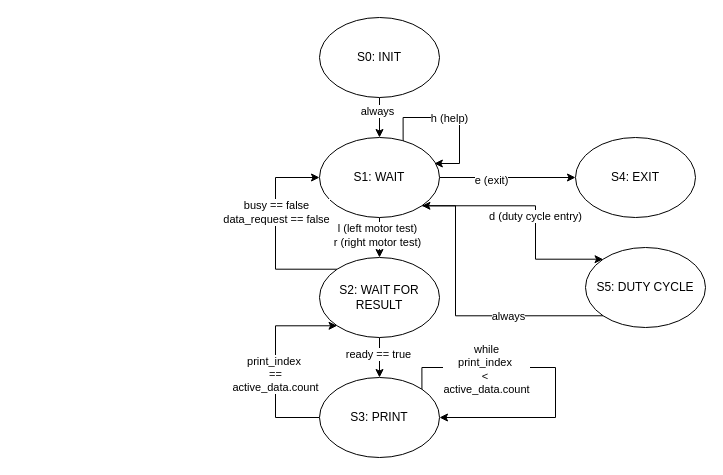
Above: LAB0x05/ME4305LAB0x05TUSTD.drawio in aVetrova04/ME4305 (draw.io), before the change. Source tidied: cells renumbered, new cells numbered last; positions are measured from the earlier drawing's top-left corner, leaving out a move shared by most shapes. Both pictures are drawn from the tidied source at 100%, with x=0, y=0 at pixel (275, 17).
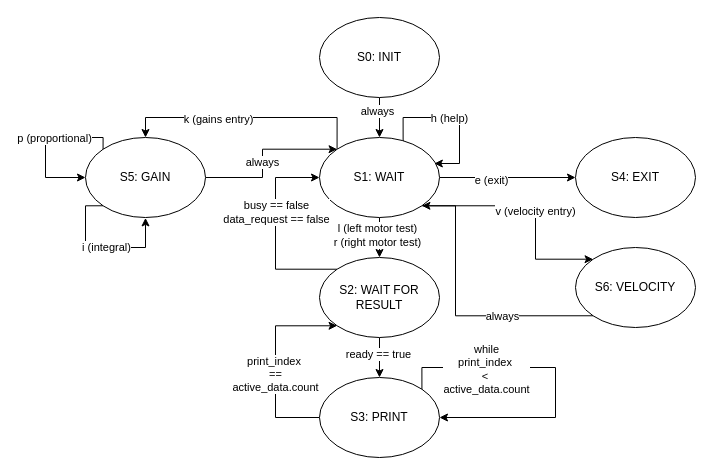
The same diagram, later.

Unchanged cells that the change refers to:
```xml
<mxCell id="10" style="edgeStyle=orthogonalEdgeStyle;rounded=0;jettySize=auto;html=1;exitX=1;exitY=1;exitDx=0;exitDy=0;entryX=0;entryY=0;entryDx=0;entryDy=0;" parent="1" edge="1" source="12" target="26">
  <mxGeometry relative="1" as="geometry">
    <Array as="points">
      <mxPoint x="260" y="188.3" />
      <mxPoint x="260" y="241.7" />
    </Array>
  </mxGeometry>
</mxCell>
<mxCell id="12" value="S1: WAIT" style="ellipse;whiteSpace=wrap;html=1;shapeInside=1;" parent="1" vertex="1">
  <mxGeometry x="44" y="120" width="120" height="80" as="geometry" />
</mxCell>
```

What changed in the source:
```diff
@@
-    <mxCell id="11" value="d (duty cycle entry)" style="edgeLabel;html=1;align=center;verticalAlign=middle;" parent="10" vertex="1">
+    <mxCell id="11" value="v (velocity entry)" style="edgeLabel;html=1;align=center;verticalAlign=middle;" parent="10" vertex="1">
       <mxGeometry x="0.06" y="-1" relative="1" as="geometry" />
     </mxCell>
+    <mxCell id="29" style="edgeStyle=orthogonalEdgeStyle;rounded=0;jettySize=auto;html=1;exitX=0;exitY=0;exitDx=0;exitDy=0;entryX=0.5;entryY=0;entryDx=0;entryDy=0;" parent="1" edge="1" source="12" target="33">
+      <mxGeometry x="0.25" relative="1" as="geometry">
+        <Array as="points">
+          <mxPoint x="61.6" y="100" />
+          <mxPoint x="-130" y="100" />
+        </Array>
+      </mxGeometry>
+    </mxCell>
+    <mxCell id="30" value="k (gains entry)" style="edgeLabel;html=1;align=center;verticalAlign=middle;" parent="29" vertex="1">
+      <mxGeometry x="0.24" y="1" relative="1" as="geometry" />
+    </mxCell>
@@
-    <mxCell id="26" value="S5: DUTY CYCLE" style="ellipse;whiteSpace=wrap;html=1;shapeInside=1;" parent="1" vertex="1">
-      <mxGeometry x="310" y="230" width="120" height="80" as="geometry" />
+    <mxCell id="26" value="S6: VELOCITY" style="ellipse;whiteSpace=wrap;html=1;shapeInside=1;" parent="1" vertex="1">
+      <mxGeometry x="300" y="230" width="120" height="80" as="geometry" />
     </mxCell>
@@
+    <mxCell id="31" style="edgeStyle=orthogonalEdgeStyle;rounded=0;jettySize=auto;html=1;exitX=1;exitY=0.5;exitDx=0;exitDy=0;entryX=0;entryY=0;entryDx=0;entryDy=0;" parent="1" edge="1" source="33" target="12">
+      <mxGeometry relative="1" as="geometry" />
+    </mxCell>
+    <mxCell id="32" value="always" style="edgeLabel;html=1;align=center;verticalAlign=middle;" parent="31" vertex="1">
+      <mxGeometry x="-0.09" y="1" relative="1" as="geometry" />
+    </mxCell>
+    <mxCell id="33" value="S5: GAIN" style="ellipse;whiteSpace=wrap;html=1;shapeInside=1;" parent="1" vertex="1">
+      <mxGeometry x="-190" y="120" width="120" height="80" as="geometry" />
+    </mxCell>
+    <mxCell id="34" style="edgeStyle=orthogonalEdgeStyle;rounded=0;orthogonalLoop=1;jettySize=auto;html=1;innerLoopWaypoints=1;exitX=0;exitY=0;exitDx=0;exitDy=0;entryX=0;entryY=0.5;entryDx=0;entryDy=0;" parent="1" edge="1" source="33" target="33">
+      <mxGeometry x="0.16" relative="1" as="geometry">
+        <Array as="points">
+          <mxPoint x="-172.4" y="120" />
+          <mxPoint x="-230" y="120" />
+          <mxPoint x="-230" y="160" />
+        </Array>
+      </mxGeometry>
+    </mxCell>
+    <mxCell id="35" value="p (proportional)" style="edgeLabel;html=1;align=center;verticalAlign=middle;" parent="34" vertex="1">
+      <mxGeometry x="-0.18" relative="1" as="geometry" />
+    </mxCell>
+    <mxCell id="36" style="edgeStyle=orthogonalEdgeStyle;rounded=0;jettySize=auto;html=1;innerLoopWaypoints=1;exitX=0;exitY=1;exitDx=0;exitDy=0;" parent="1" edge="1" source="33">
+      <mxGeometry x="0.18" relative="1" as="geometry">
+        <mxPoint x="-130" y="200.4" as="targetPoint" />
+        <Array as="points">
+          <mxPoint x="-190" y="188.3" />
+          <mxPoint x="-190" y="230" />
+          <mxPoint x="-130" y="230" />
+        </Array>
+      </mxGeometry>
+    </mxCell>
+    <mxCell id="37" value="i (integral)" style="edgeLabel;html=1;align=center;verticalAlign=middle;" parent="36" vertex="1">
+      <mxGeometry x="0.07" y="1" relative="1" as="geometry" />
+    </mxCell>
```
